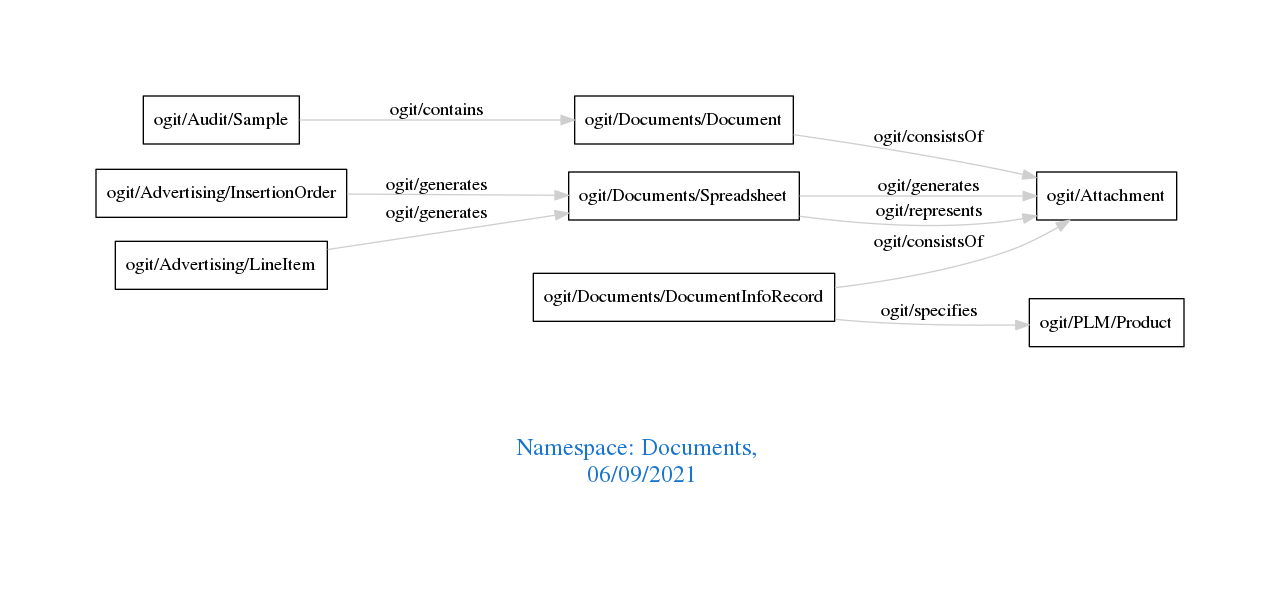
arago/OGIT keeps this Graphviz diagram as downloads/Documents.png. Above is the earlier version. Its source is kept beside it as downloads/Documents.dot.
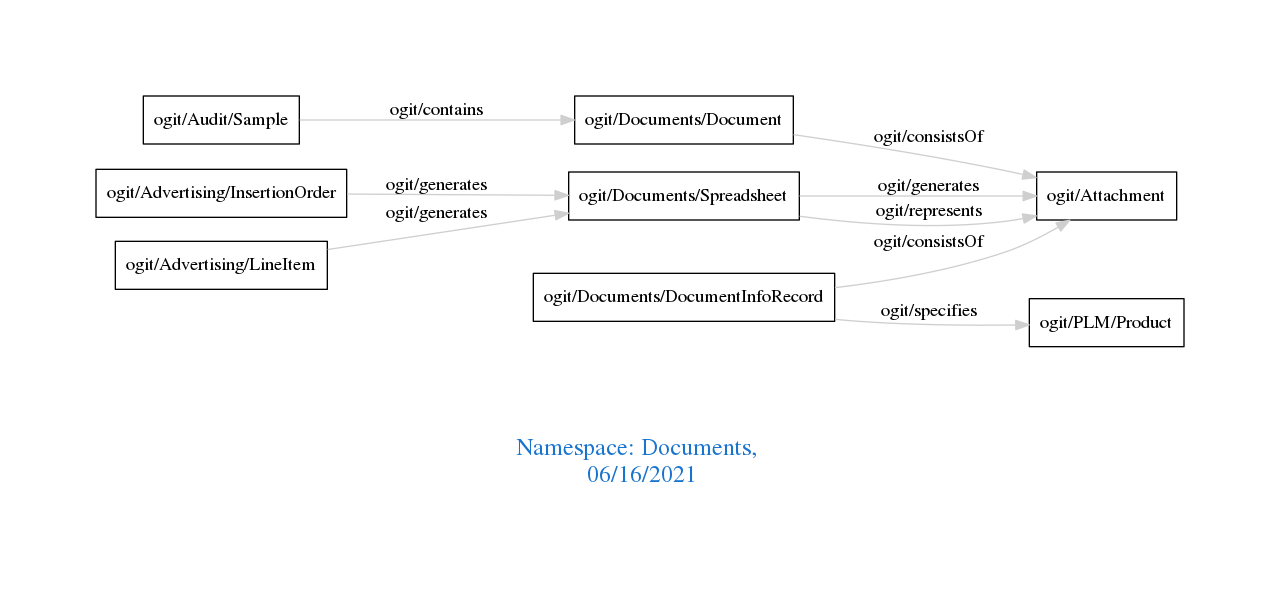
The same file after the commit.

The edit, as a diff of the source:
```diff
@@ -1,7 +1,7 @@
 digraph OGIT_ontology {
  graph [ rankdir= LR,pad=1
 fontsize = 18,
-fontcolor= dodgerblue3,label = "\n\n\nNamespace: Documents, \n 06/09/2021"];
+fontcolor= dodgerblue3,label = "\n\n\nNamespace: Documents, \n 06/16/2021"];
 node[shape=polygon];
 edge [  color="gray81"];
 
```
